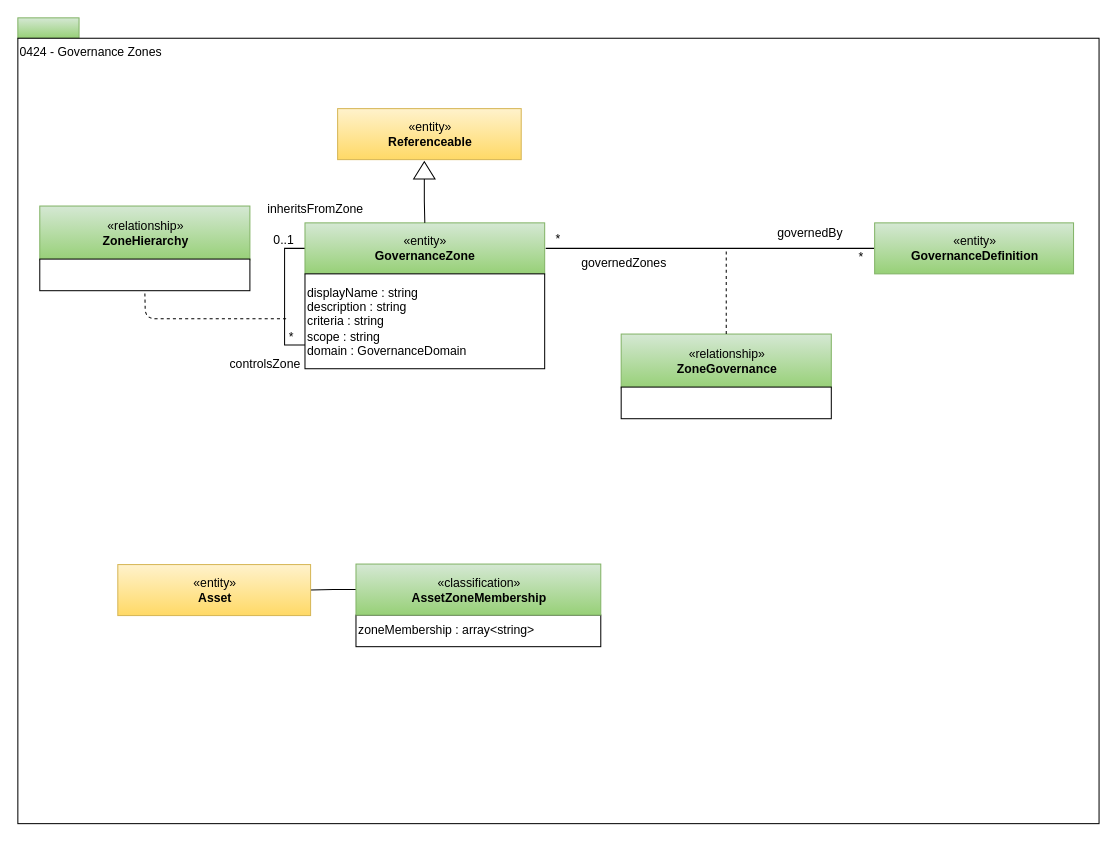
Before: page "0424-Governance-Zones" (10 of 24) of open-metadata-publication/website/open-metadata-types/area-4-governance.drawio in odpi/egeria, a draw.io diagram. Source tidied: cells renumbered, new cells numbered last; positions are measured from the earlier drawing's top-left corner, leaving out a move shared by most shapes. Both pictures are drawn from the tidied source at 102%, with x=0, y=0 at pixel (17, 17).
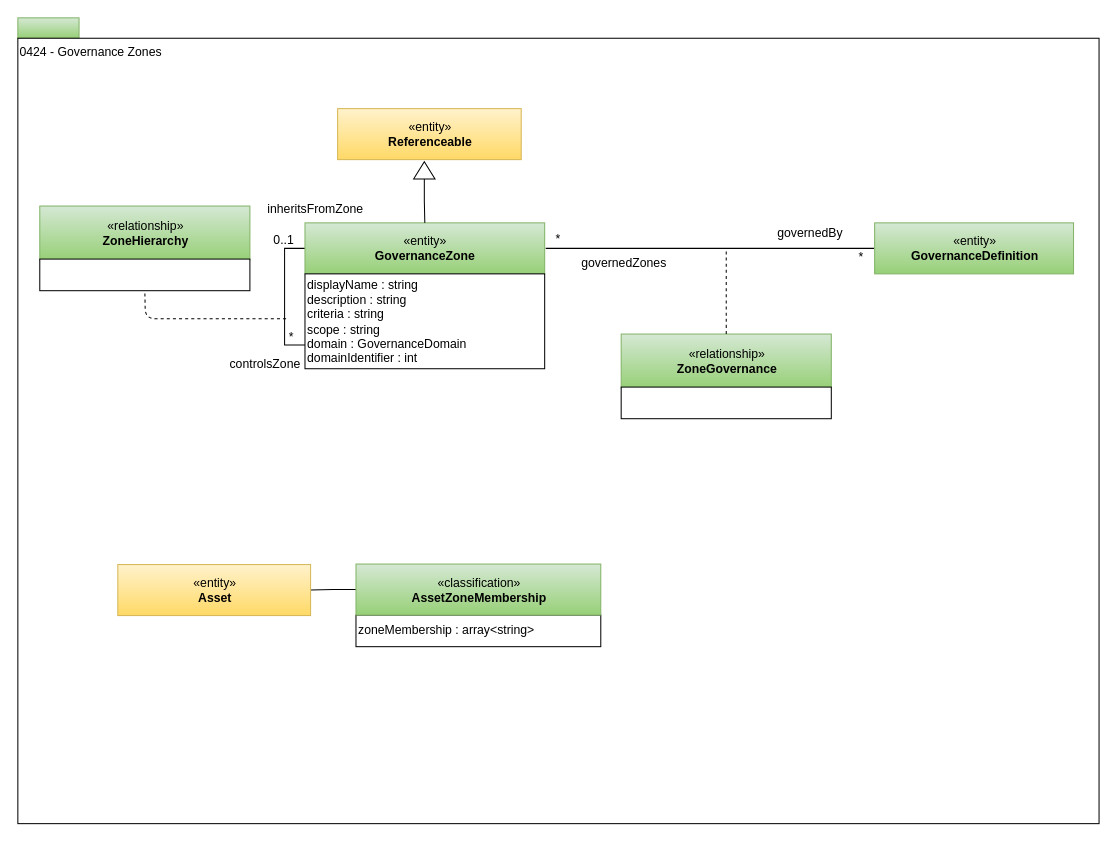
After the change.

What changed in the source:
```diff
@@
-    <mxCell id="13" value="displayName : string&lt;br&gt;description : string&lt;br&gt;criteria : string&lt;br&gt;scope : string&lt;br&gt;domain : GovernanceDomain" style="rounded=0;whiteSpace=wrap;html=1;strokeColor=#000000;gradientColor=#ffffff;align=left;" parent="1" vertex="1">
+    <mxCell id="13" value="displayName : string&lt;br&gt;description : string&lt;br&gt;criteria : string&lt;br&gt;scope : string&lt;br&gt;domain : GovernanceDomain&lt;br&gt;domainIdentifier : int" style="rounded=0;whiteSpace=wrap;html=1;strokeColor=#000000;gradientColor=#ffffff;align=left;" parent="1" vertex="1">
       <mxGeometry x="281.5" y="251" width="235" height="93" as="geometry" />
     </mxCell>
```
